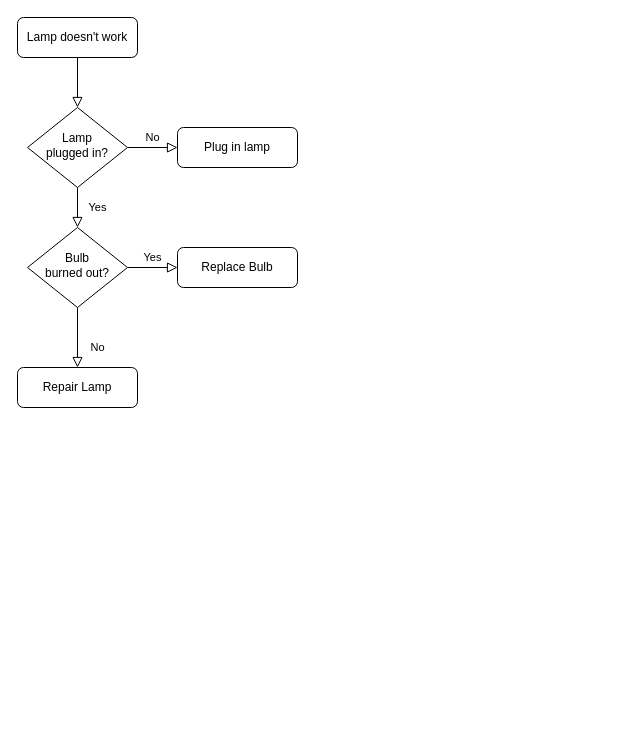
The draw.io diagram Untitled Diagram.drawio in dongfang-fang/dongfang-fang, before the edit. Source tidied: cells renumbered, new cells numbered last; positions are measured from the earlier drawing's top-left corner, leaving out a move shared by most shapes. Both pictures are drawn from the tidied source at 100%, with x=0, y=0 at pixel (17, 17).
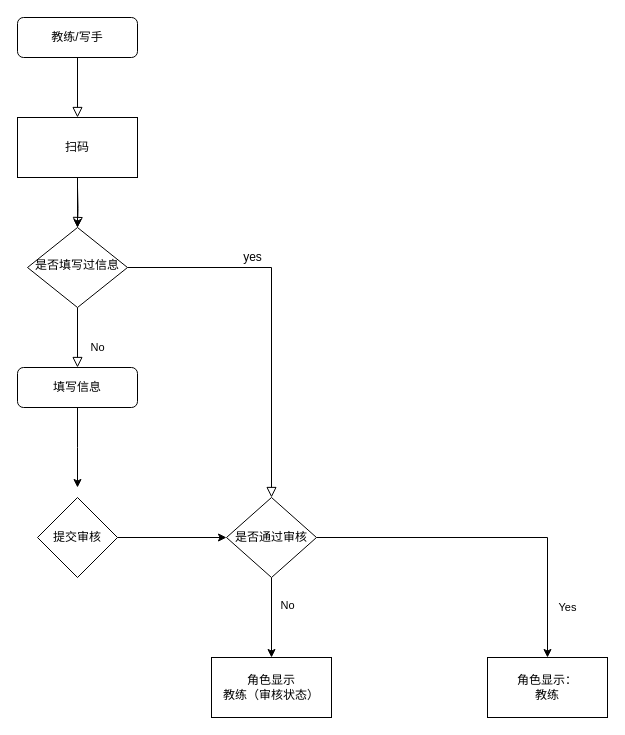
Above is the later version.

The edit, as a diff of the source:
```diff
@@
-    <mxCell id="2" style="rounded=0;html=1;jettySize=auto;fontSize=11;endArrow=block;endFill=0;endSize=8;strokeWidth=1;shadow=0;labelBackgroundColor=none;edgeStyle=orthogonalEdgeStyle;" parent="1" edge="1" source="3" target="6">
+    <mxCell id="2" style="rounded=0;html=1;jettySize=auto;fontSize=11;endArrow=block;endFill=0;endSize=8;strokeWidth=1;shadow=0;labelBackgroundColor=none;edgeStyle=orthogonalEdgeStyle;" parent="1" edge="1" source="3" target="20">
       <mxGeometry relative="1" as="geometry" />
     </mxCell>
-    <mxCell id="3" value="Lamp doesn't work" style="rounded=1;whiteSpace=wrap;html=1;fontSize=12;glass=0;strokeWidth=1;shadow=0;" parent="1" vertex="1">
+    <mxCell id="3" value="教练/写手" style="rounded=1;whiteSpace=wrap;html=1;fontSize=12;glass=0;strokeWidth=1;shadow=0;" parent="1" vertex="1">
       <mxGeometry width="120" height="40" as="geometry" />
     </mxCell>
-    <mxCell id="4" value="Yes" style="rounded=0;html=1;jettySize=auto;fontSize=11;endArrow=block;endFill=0;endSize=8;strokeWidth=1;shadow=0;labelBackgroundColor=none;edgeStyle=orthogonalEdgeStyle;" parent="1" edge="1" source="6" target="10">
-      <mxGeometry y="20" relative="1" as="geometry" />
+    <mxCell id="4" style="rounded=0;html=1;jettySize=auto;fontSize=11;endArrow=block;endFill=0;endSize=8;strokeWidth=1;shadow=0;labelBackgroundColor=none;edgeStyle=orthogonalEdgeStyle;" parent="1" edge="1" target="10">
+      <mxGeometry y="20" relative="1" as="geometry">
+        <mxPoint x="60" y="170" as="sourcePoint" />
+      </mxGeometry>
     </mxCell>
-    <mxCell id="5" value="No" style="edgeStyle=orthogonalEdgeStyle;rounded=0;html=1;jettySize=auto;fontSize=11;endArrow=block;endFill=0;endSize=8;strokeWidth=1;shadow=0;labelBackgroundColor=none;" parent="1" edge="1" source="6" target="7">
-      <mxGeometry y="10" relative="1" as="geometry" />
-    </mxCell>
-    <mxCell id="6" value="Lamp&lt;br&gt;plugged in?" style="rhombus;whiteSpace=wrap;html=1;shadow=0;fontFamily=Helvetica;fontSize=12;align=center;strokeWidth=1;spacing=6;spacingTop=-4;" parent="1" vertex="1">
-      <mxGeometry x="10" y="90" width="100" height="80" as="geometry" />
-    </mxCell>
-    <mxCell id="7" value="Plug in lamp" style="rounded=1;whiteSpace=wrap;html=1;fontSize=12;glass=0;strokeWidth=1;shadow=0;" parent="1" vertex="1">
-      <mxGeometry x="160" y="110" width="120" height="40" as="geometry" />
-    </mxCell>
@@
-    <mxCell id="9" value="Yes" style="edgeStyle=orthogonalEdgeStyle;rounded=0;html=1;jettySize=auto;fontSize=11;endArrow=block;endFill=0;endSize=8;strokeWidth=1;shadow=0;labelBackgroundColor=none;" parent="1" edge="1" source="10" target="12">
-      <mxGeometry y="10" relative="1" as="geometry" />
+    <mxCell id="9" value="Yes" style="edgeStyle=orthogonalEdgeStyle;rounded=0;html=1;jettySize=auto;fontSize=11;endArrow=block;endFill=0;endSize=8;strokeWidth=1;shadow=0;labelBackgroundColor=none;" parent="1" edge="1" source="10" target="16">
+      <mxGeometry x="1" y="316" relative="1" as="geometry">
+        <mxPoint x="-20" y="110" as="offset" />
+      </mxGeometry>
     </mxCell>
-    <mxCell id="10" value="Bulb&lt;br&gt;burned out?" style="rhombus;whiteSpace=wrap;html=1;shadow=0;fontFamily=Helvetica;fontSize=12;align=center;strokeWidth=1;spacing=6;spacingTop=-4;" parent="1" vertex="1">
+    <mxCell id="10" value="是否填写过信息" style="rhombus;whiteSpace=wrap;html=1;shadow=0;fontFamily=Helvetica;fontSize=12;align=center;strokeWidth=1;spacing=6;spacingTop=-4;" parent="1" vertex="1">
       <mxGeometry x="10" y="210" width="100" height="80" as="geometry" />
     </mxCell>
+    <mxCell id="13" style="edgeStyle=orthogonalEdgeStyle;rounded=0;jettySize=auto;html=1;" parent="1" edge="1" source="11">
+      <mxGeometry relative="1" as="geometry">
+        <mxPoint x="60" y="470" as="targetPoint" />
+      </mxGeometry>
+    </mxCell>
-    <mxCell id="11" value="Repair Lamp" style="rounded=1;whiteSpace=wrap;html=1;fontSize=12;glass=0;strokeWidth=1;shadow=0;" parent="1" vertex="1">
+    <mxCell id="11" value="填写信息" style="rounded=1;whiteSpace=wrap;html=1;fontSize=12;glass=0;strokeWidth=1;shadow=0;" parent="1" vertex="1">
       <mxGeometry y="350" width="120" height="40" as="geometry" />
     </mxCell>
-    <mxCell id="12" value="Replace Bulb" style="rounded=1;whiteSpace=wrap;html=1;fontSize=12;glass=0;strokeWidth=1;shadow=0;" parent="1" vertex="1">
-      <mxGeometry x="160" y="230" width="120" height="40" as="geometry" />
-    </mxCell>
+    <mxCell id="14" style="edgeStyle=orthogonalEdgeStyle;rounded=0;jettySize=auto;html=1;" parent="1" edge="1" source="16" target="17">
+      <mxGeometry relative="1" as="geometry" />
+    </mxCell>
+    <mxCell id="15" style="edgeStyle=orthogonalEdgeStyle;rounded=0;jettySize=auto;html=1;" parent="1" edge="1" source="16" target="21">
+      <mxGeometry relative="1" as="geometry" />
+    </mxCell>
+    <mxCell id="5" value="No" style="edgeLabel;html=1;align=center;verticalAlign=middle;" parent="15" vertex="1">
+      <mxGeometry x="-0.47" y="2" relative="1" as="geometry">
+        <mxPoint x="13" y="6" as="offset" />
+      </mxGeometry>
+    </mxCell>
+    <mxCell id="16" value="是否通过审核" style="rhombus;whiteSpace=wrap;html=1;" parent="1" vertex="1">
+      <mxGeometry x="209" y="480" width="90" height="80" as="geometry" />
+    </mxCell>
+    <mxCell id="17" value="角色显示：&lt;br&gt;教练" style="whiteSpace=wrap;html=1;" parent="1" vertex="1">
+      <mxGeometry x="470" y="640" width="120" height="60" as="geometry" />
+    </mxCell>
+    <mxCell id="18" value="yes" style="text;html=1;align=center;verticalAlign=middle;strokeColor=none;fillColor=none;" parent="1" vertex="1">
+      <mxGeometry x="220" y="230" width="30" height="20" as="geometry" />
+    </mxCell>
+    <mxCell id="19" style="edgeStyle=orthogonalEdgeStyle;rounded=0;jettySize=auto;html=1;" parent="1" edge="1" source="20" target="10">
+      <mxGeometry relative="1" as="geometry" />
+    </mxCell>
+    <mxCell id="20" value="扫码" style="rounded=0;whiteSpace=wrap;html=1;" parent="1" vertex="1">
+      <mxGeometry y="100" width="120" height="60" as="geometry" />
+    </mxCell>
+    <mxCell id="21" value="角色显示&lt;br&gt;教练（审核状态）" style="whiteSpace=wrap;html=1;" parent="1" vertex="1">
+      <mxGeometry x="194" y="640" width="120" height="60" as="geometry" />
+    </mxCell>
+    <mxCell id="22" style="edgeStyle=orthogonalEdgeStyle;rounded=0;jettySize=auto;html=1;" parent="1" edge="1" source="23" target="16">
+      <mxGeometry relative="1" as="geometry" />
+    </mxCell>
+    <mxCell id="23" value="提交审核" style="rhombus;whiteSpace=wrap;html=1;" parent="1" vertex="1">
+      <mxGeometry x="20" y="480" width="80" height="80" as="geometry" />
+    </mxCell>
+    <mxCell id="24" parent="0" />
```
